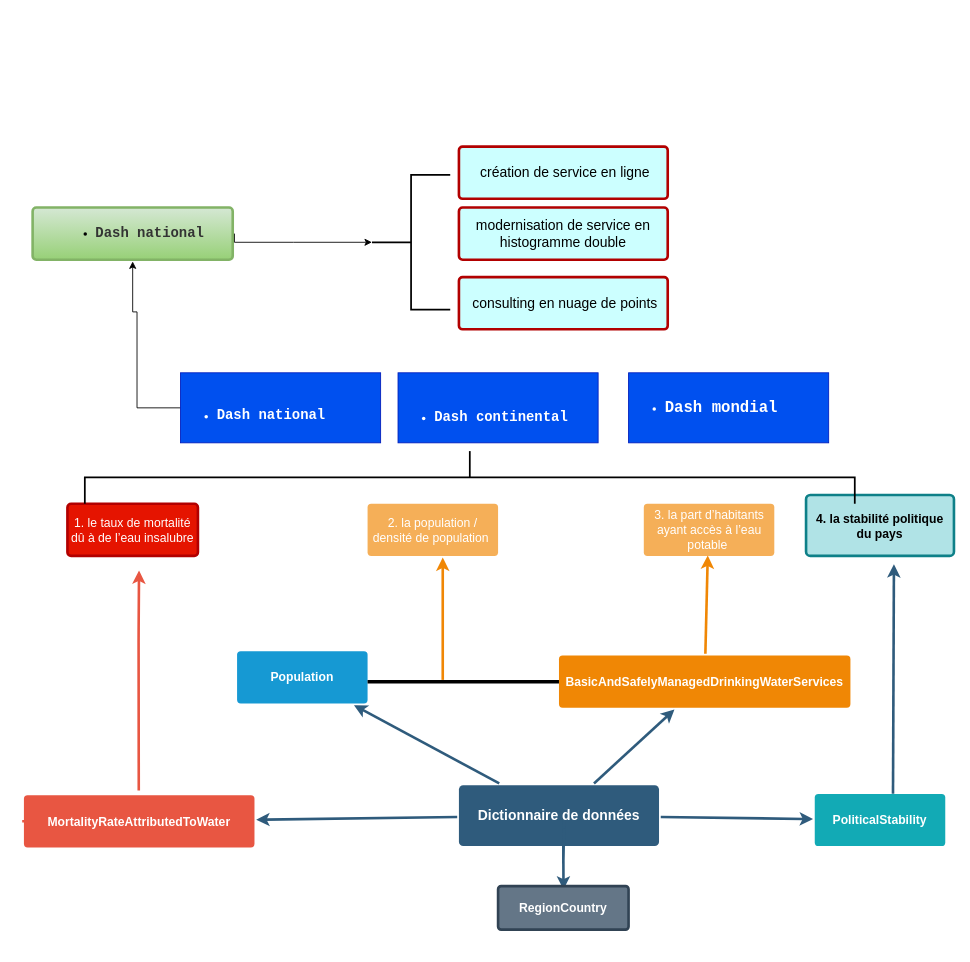
Above: .github/workflows/Untitled Diagram.drawio in louzhixin/bootstrap (draw.io), before the change. Source tidied: cells renumbered, new cells numbered last; positions are measured from the earlier drawing's top-left corner, leaving out a move shared by most shapes. Both pictures are drawn from the tidied source at 87%, with x=0, y=0 at pixel (23, 146).
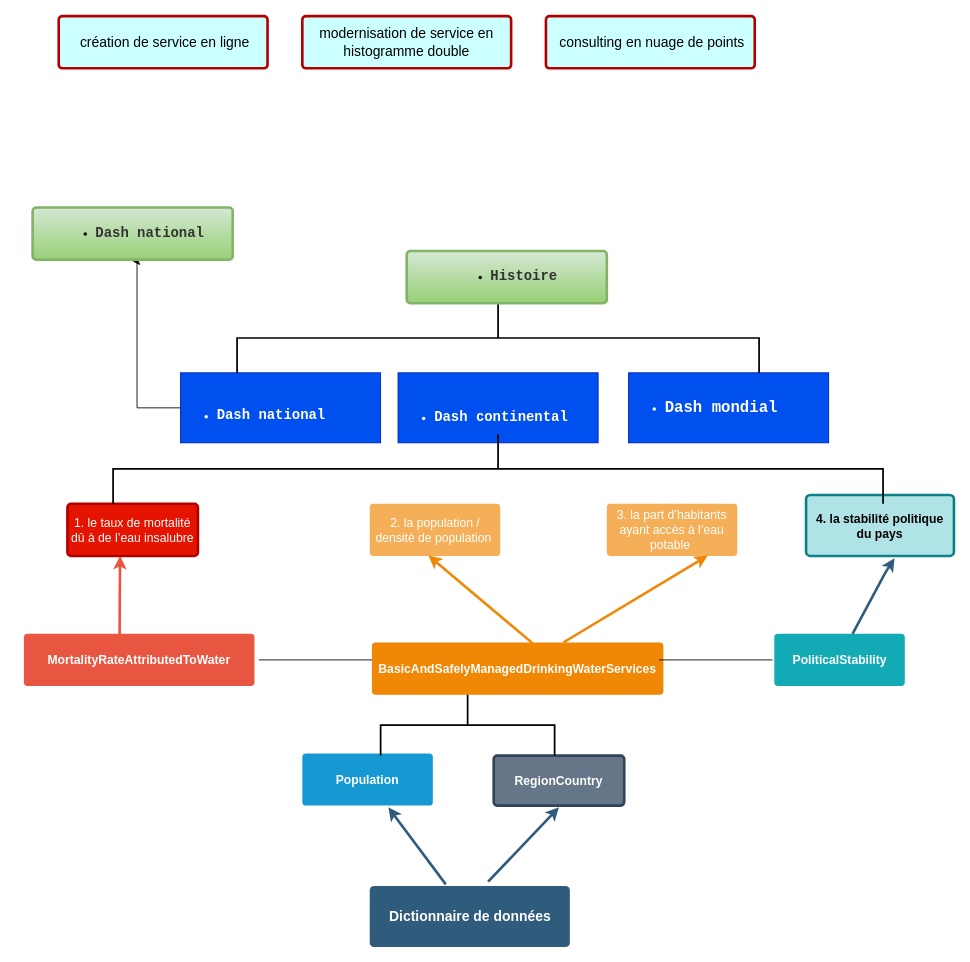
Above is the later version.

The change refers to these unchanged cells:
```xml
<mxCell id="21" value="4. la stabilité politique du pays" style="rounded=1;whiteSpace=wrap;html=1;shadow=0;labelBackgroundColor=none;strokeColor=#0e8088;strokeWidth=3;fillColor=#b0e3e6;fontFamily=Helvetica;fontSize=14;align=center;spacing=5;fontStyle=1;arcSize=7;perimeterSpacing=2;" parent="1" vertex="1">
  <mxGeometry x="899" y="400.5" width="170" height="70" as="geometry" />
</mxCell>
<mxCell id="23" value="&lt;div&gt;&lt;font face=&quot;courier new&quot; size=&quot;3&quot;&gt;&lt;b&gt;&lt;br&gt;&lt;/b&gt;&lt;/font&gt;&lt;/div&gt;&lt;ul&gt;&lt;li&gt;&lt;span id=&quot;docs-internal-guid-a96f0c7e-7fff-f5a6-9407-e30a12a7a160&quot;&gt;&lt;span style=&quot;font-family: &amp;#34;courier new&amp;#34; ; background-color: transparent ; vertical-align: baseline&quot;&gt;&lt;font size=&quot;3&quot;&gt;&lt;b&gt;Dash national&lt;/b&gt;&lt;/font&gt;&lt;/span&gt;&lt;/span&gt;&lt;br&gt;&lt;/li&gt;&lt;/ul&gt;" style="text;strokeColor=#001DBC;fillColor=#0050ef;html=1;whiteSpace=wrap;verticalAlign=middle;overflow=hidden;fontColor=#ffffff;" parent="1" vertex="1">
  <mxGeometry x="180" y="260" width="230" height="80.5" as="geometry" />
</mxCell>
<mxCell id="24" value="&lt;ul style=&quot;font-size: 12px ; text-align: left&quot;&gt;&lt;li&gt;&lt;span id=&quot;docs-internal-guid-a96f0c7e-7fff-f5a6-9407-e30a12a7a160&quot;&gt;&lt;span style=&quot;font-family: &amp;#34;courier new&amp;#34; ; background-color: transparent ; vertical-align: baseline&quot;&gt;&lt;font size=&quot;3&quot; color=&quot;#333333&quot;&gt;&lt;b&gt;Dash national&lt;/b&gt;&lt;/font&gt;&lt;/span&gt;&lt;/span&gt;&lt;/li&gt;&lt;/ul&gt;" style="rounded=1;whiteSpace=wrap;html=1;shadow=0;labelBackgroundColor=none;strokeWidth=3;fillColor=#d5e8d4;fontFamily=Helvetica;fontSize=14;align=center;spacing=5;arcSize=7;perimeterSpacing=2;gradientColor=#97d077;strokeColor=#82b366;" parent="1" vertex="1">
  <mxGeometry x="10" y="70" width="230" height="60" as="geometry" />
</mxCell>
```

What changed in the source:
```diff
@@
-    <mxCell id="2" style="edgeStyle=none;rounded=0;jumpStyle=none;html=1;shadow=0;labelBackgroundColor=none;startArrow=none;startFill=0;endArrow=classic;endFill=1;jettySize=auto;strokeColor=#2F5B7C;strokeWidth=3;fontFamily=Helvetica;fontSize=16;fontColor=#23445D;spacing=5;" parent="1" edge="1" source="6" target="11">
-      <mxGeometry relative="1" as="geometry" />
-    </mxCell>
-    <mxCell id="3" style="edgeStyle=none;rounded=0;jumpStyle=none;html=1;shadow=0;labelBackgroundColor=none;startArrow=none;startFill=0;endArrow=classic;endFill=1;jettySize=auto;strokeColor=#2F5B7C;strokeWidth=3;fontFamily=Helvetica;fontSize=16;fontColor=#23445D;spacing=5;" parent="1" edge="1" source="6" target="14">
-      <mxGeometry relative="1" as="geometry" />
-    </mxCell>
@@
-    <mxCell id="5" style="edgeStyle=none;rounded=0;jumpStyle=none;html=1;shadow=0;labelBackgroundColor=none;startArrow=none;startFill=0;endArrow=classic;endFill=1;jettySize=auto;strokeColor=#2F5B7C;strokeWidth=3;fontFamily=Helvetica;fontSize=16;fontColor=#23445D;spacing=5;" parent="1" edge="1" source="6" target="9">
-      <mxGeometry relative="1" as="geometry" />
-    </mxCell>
     <mxCell id="6" value="Dictionnaire de données" style="rounded=1;whiteSpace=wrap;html=1;shadow=0;labelBackgroundColor=none;strokeColor=none;strokeWidth=3;fillColor=#2F5B7C;fontFamily=Helvetica;fontSize=16;fontColor=#FFFFFF;align=center;fontStyle=1;spacing=5;arcSize=7;perimeterSpacing=2;" parent="1" vertex="1">
-      <mxGeometry x="500" y="734" width="230" height="70" as="geometry" />
+      <mxGeometry x="397.5" y="850" width="230" height="70" as="geometry" />
     </mxCell>
     <mxCell id="7" style="edgeStyle=none;rounded=1;jumpStyle=none;html=1;shadow=0;labelBackgroundColor=none;startArrow=none;startFill=0;jettySize=auto;orthogonalLoop=1;strokeColor=#E85642;strokeWidth=3;fontFamily=Helvetica;fontSize=14;fontColor=#FFFFFF;spacing=5;fontStyle=1;fillColor=#b0e3e6;" parent="1" edge="1">
       <mxGeometry relative="1" as="geometry">
-        <mxPoint x="132" y="740" as="sourcePoint" />
-        <mxPoint x="132.3" y="487.2" as="targetPoint" />
+        <mxPoint x="110" y="570" as="sourcePoint" />
+        <mxPoint x="110.5" y="470.5" as="targetPoint" />
         <Array as="points">
-          <mxPoint x="131.8" y="562.8" />
+          <mxPoint x="110" y="546" />
         </Array>
       </mxGeometry>
     </mxCell>
-    <mxCell id="8" style="edgeStyle=none;rounded=1;jumpStyle=none;html=1;shadow=0;labelBackgroundColor=none;startArrow=none;startFill=0;jettySize=auto;strokeColor=#E85642;strokeWidth=3;fontFamily=Helvetica;fontSize=14;fontColor=#FFFFFF;spacing=5;fontStyle=1;fillColor=#b0e3e6;" parent="1" edge="1" source="9">
-      <mxGeometry relative="1" as="geometry">
-        <mxPoint x="66" y="775.5" as="targetPoint" />
-      </mxGeometry>
-    </mxCell>
     <mxCell id="9" value="MortalityRateAttributedToWater" style="rounded=1;whiteSpace=wrap;html=1;shadow=0;labelBackgroundColor=none;strokeColor=none;strokeWidth=3;fillColor=#e85642;fontFamily=Helvetica;fontSize=14;fontColor=#FFFFFF;align=center;spacing=5;fontStyle=1;arcSize=7;perimeterSpacing=2;" parent="1" vertex="1">
-      <mxGeometry y="745.5" width="265" height="60" as="geometry" />
+      <mxGeometry y="560" width="265" height="60" as="geometry" />
     </mxCell>
     <mxCell id="10" value="Population" style="rounded=1;whiteSpace=wrap;html=1;shadow=0;labelBackgroundColor=none;strokeColor=none;strokeWidth=3;fillColor=#1699d3;fontFamily=Helvetica;fontSize=14;fontColor=#FFFFFF;align=center;spacing=5;fontStyle=1;arcSize=7;perimeterSpacing=2;" parent="1" vertex="1">
-      <mxGeometry x="245" y="580" width="150" height="60" as="geometry" />
+      <mxGeometry x="320" y="697.5" width="150" height="60" as="geometry" />
     </mxCell>
     <mxCell id="11" value="BasicAndSafelyManagedDrinkingWaterServices" style="rounded=1;whiteSpace=wrap;html=1;shadow=0;labelBackgroundColor=none;strokeColor=none;strokeWidth=3;fillColor=#F08705;fontFamily=Helvetica;fontSize=14;fontColor=#FFFFFF;align=center;spacing=5;fontStyle=1;arcSize=7;perimeterSpacing=2;" parent="1" vertex="1">
-      <mxGeometry x="615" y="585" width="335" height="60" as="geometry" />
+      <mxGeometry x="400" y="570" width="335" height="60" as="geometry" />
     </mxCell>
     <mxCell id="12" value="3. la part d’habitants ayant accès à l’eau potable&amp;nbsp;" style="rounded=1;whiteSpace=wrap;html=1;shadow=0;labelBackgroundColor=none;strokeColor=none;strokeWidth=3;fillColor=#f5af58;fontFamily=Helvetica;fontSize=14;fontColor=#FFFFFF;align=center;spacing=5;arcSize=7;perimeterSpacing=2;" parent="1" vertex="1">
-      <mxGeometry x="712.5" y="410.5" width="150" height="60" as="geometry" />
+      <mxGeometry x="670" y="410.5" width="150" height="60" as="geometry" />
     </mxCell>
-    <mxCell id="13" style="edgeStyle=none;rounded=0;jumpStyle=none;html=1;shadow=0;labelBackgroundColor=none;startArrow=none;startFill=0;endArrow=classic;endFill=1;jettySize=auto;strokeColor=#F08705;strokeWidth=3;fontFamily=Helvetica;fontSize=14;fontColor=#FFFFFF;spacing=5;" parent="1" edge="1" source="11">
+    <mxCell id="13" style="edgeStyle=none;rounded=0;jumpStyle=none;html=1;shadow=0;labelBackgroundColor=none;startArrow=none;startFill=0;endArrow=classic;endFill=1;jettySize=auto;orthogonalLoop=1;strokeColor=#F08705;strokeWidth=3;fontFamily=Helvetica;fontSize=14;fontColor=#FFFFFF;spacing=5;" parent="1" edge="1">
       <mxGeometry relative="1" as="geometry">
+        <mxPoint x="620" y="570" as="sourcePoint" />
         <mxPoint x="786" y="470" as="targetPoint" />
       </mxGeometry>
     </mxCell>
     <mxCell id="14" value="PoliticalStability" style="rounded=1;whiteSpace=wrap;html=1;shadow=0;labelBackgroundColor=none;strokeColor=none;strokeWidth=3;fillColor=#12aab5;fontFamily=Helvetica;fontSize=14;fontColor=#FFFFFF;align=center;spacing=5;fontStyle=1;arcSize=7;perimeterSpacing=2;" parent="1" vertex="1">
-      <mxGeometry x="909" y="744" width="150" height="60" as="geometry" />
+      <mxGeometry x="862.5" y="560" width="150" height="60" as="geometry" />
     </mxCell>
-    <mxCell id="15" style="edgeStyle=none;rounded=0;jumpStyle=none;html=1;shadow=0;labelBackgroundColor=none;startArrow=none;startFill=0;endArrow=classic;endFill=1;jettySize=auto;orthogonalLoop=1;strokeColor=#2F5B7C;strokeWidth=3;fontFamily=Helvetica;fontSize=16;fontColor=#23445D;spacing=5;" parent="1" edge="1">
-      <mxGeometry relative="1" as="geometry">
-        <mxPoint x="620" y="784" as="sourcePoint" />
-        <mxPoint x="620.2" y="854" as="targetPoint" />
-        <Array as="points">
-          <mxPoint x="621" y="774" />
-          <mxPoint x="620" y="824" />
-          <mxPoint x="620" y="804" />
-        </Array>
-      </mxGeometry>
-    </mxCell>
@@
     <mxCell id="17" value="2. la population / densité de population&amp;nbsp;" style="rounded=1;whiteSpace=wrap;html=1;shadow=0;labelBackgroundColor=none;strokeColor=none;strokeWidth=3;fillColor=#f5af58;fontFamily=Helvetica;fontSize=14;fontColor=#FFFFFF;align=center;spacing=5;arcSize=7;perimeterSpacing=2;" parent="1" vertex="1">
-      <mxGeometry x="395" y="410.5" width="150" height="60" as="geometry" />
+      <mxGeometry x="397.5" y="410.5" width="150" height="60" as="geometry" />
     </mxCell>
-    <mxCell id="18" style="line;strokeWidth=4;html=1;perimeter=backbonePerimeter;points=[];outlineConnect=0;" parent="1" vertex="1">
-      <mxGeometry x="395" y="610" width="220" height="10" as="geometry" />
-    </mxCell>
-    <mxCell id="19" style="edgeStyle=none;rounded=0;jumpStyle=none;html=1;shadow=0;labelBackgroundColor=none;startArrow=none;startFill=0;endArrow=classic;endFill=1;jettySize=auto;strokeColor=#F08705;strokeWidth=3;fontFamily=Helvetica;fontSize=14;fontColor=#FFFFFF;spacing=5;entryX=0.574;entryY=0.997;entryDx=0;entryDy=0;entryPerimeter=0;" parent="1" edge="1" source="18" target="17">
-      <mxGeometry relative="1" as="geometry" />
-    </mxCell>
-    <mxCell id="20" style="edgeStyle=none;rounded=0;jumpStyle=none;html=1;shadow=0;labelBackgroundColor=none;startArrow=none;startFill=0;endArrow=classic;endFill=1;jettySize=auto;strokeColor=#2F5B7C;strokeWidth=3;fontFamily=Helvetica;fontSize=16;fontColor=#23445D;spacing=5;exitX=0.597;exitY=0.031;exitDx=0;exitDy=0;exitPerimeter=0;" parent="1" edge="1" source="14">
+    <mxCell id="20" style="edgeStyle=none;rounded=0;jumpStyle=none;html=1;shadow=0;labelBackgroundColor=none;startArrow=none;startFill=0;endArrow=classic;endFill=1;jettySize=auto;strokeColor=#2F5B7C;strokeWidth=3;fontFamily=Helvetica;fontSize=16;fontColor=#23445D;spacing=5;exitX=0.597;exitY=0.031;exitDx=0;exitDy=0;exitPerimeter=0;entryX=0.596;entryY=1.007;entryDx=0;entryDy=0;entryPerimeter=0;" parent="1" edge="1" source="14" target="21">
       <mxGeometry relative="1" as="geometry">
-        <mxPoint x="1000" y="480" as="targetPoint" />
+        <Array as="points">
+          <mxPoint x="990" y="490" />
+        </Array>
       </mxGeometry>
     </mxCell>
@@
     <mxCell id="22" style="edgeStyle=orthogonalEdgeStyle;rounded=0;jettySize=auto;html=1;fontSize=18;entryX=0.5;entryY=1;entryDx=0;entryDy=0;" parent="1" edge="1" source="23" target="24">
       <mxGeometry relative="1" as="geometry">
         <Array as="points">
           <mxPoint x="130" y="300" />
-          <mxPoint x="130" y="190" />
-          <mxPoint x="125" y="190" />
+          <mxPoint x="130" y="132" />
         </Array>
       </mxGeometry>
     </mxCell>
@@
-    <mxCell id="25" style="edgeStyle=orthogonalEdgeStyle;rounded=0;jettySize=auto;html=1;fontSize=18;fontColor=#B5739D;exitX=1;exitY=0.5;exitDx=0;exitDy=0;" parent="1" edge="1" source="24">
-      <mxGeometry relative="1" as="geometry">
-        <mxPoint x="400" y="110" as="targetPoint" />
-        <Array as="points">
-          <mxPoint x="310" y="110" />
-          <mxPoint x="310" y="110" />
-        </Array>
-      </mxGeometry>
-    </mxCell>
     <mxCell id="26" value="&lt;span id=&quot;docs-internal-guid-3d5bd82d-7fff-8852-7b63-7e09260d47e0&quot;&gt;&lt;span style=&quot;font-size: 12pt ; font-family: &amp;#34;arial&amp;#34; ; color: rgb(0 , 0 , 0) ; background-color: transparent ; vertical-align: baseline&quot;&gt;&amp;nbsp;création de service en ligne&lt;/span&gt;&lt;/span&gt;" style="rounded=1;whiteSpace=wrap;html=1;shadow=0;labelBackgroundColor=none;strokeColor=#B20000;strokeWidth=3;fillColor=#CCFFFF;fontFamily=Helvetica;fontSize=14;fontColor=#ffffff;align=center;spacing=5;arcSize=7;perimeterSpacing=2;" parent="1" vertex="1">
-      <mxGeometry x="500" width="240" height="60" as="geometry" />
+      <mxGeometry x="40" y="-150" width="240" height="60" as="geometry" />
     </mxCell>
     <mxCell id="27" value="&lt;span id=&quot;docs-internal-guid-020c9f74-7fff-d90f-9446-faf1272e4d8f&quot;&gt;&lt;span style=&quot;font-size: 12pt ; font-family: &amp;#34;arial&amp;#34; ; color: rgb(0 , 0 , 0) ; background-color: transparent ; vertical-align: baseline&quot;&gt;modernisation de service en histogramme double&lt;/span&gt;&lt;/span&gt;" style="rounded=1;whiteSpace=wrap;html=1;shadow=0;labelBackgroundColor=none;strokeColor=#B20000;strokeWidth=3;fillColor=#CCFFFF;fontFamily=Helvetica;fontSize=14;fontColor=#ffffff;align=center;spacing=5;arcSize=7;perimeterSpacing=2;" parent="1" vertex="1">
-      <mxGeometry x="500" y="70" width="240" height="60" as="geometry" />
+      <mxGeometry x="320" y="-150" width="240" height="60" as="geometry" />
     </mxCell>
     <mxCell id="28" value="&lt;span id=&quot;docs-internal-guid-cfa36f9d-7fff-1aff-386a-914f43558358&quot;&gt;&lt;span style=&quot;font-size: 12pt ; font-family: &amp;#34;arial&amp;#34; ; color: rgb(0 , 0 , 0) ; background-color: transparent ; vertical-align: baseline&quot;&gt;&amp;nbsp;consulting en nuage de points&lt;/span&gt;&lt;/span&gt;" style="rounded=1;whiteSpace=wrap;html=1;shadow=0;labelBackgroundColor=none;strokeColor=#B20000;strokeWidth=3;fillColor=#CCFFFF;fontFamily=Helvetica;fontSize=14;fontColor=#ffffff;align=center;spacing=5;arcSize=7;perimeterSpacing=2;" parent="1" vertex="1">
-      <mxGeometry x="500" y="150" width="240" height="60" as="geometry" />
+      <mxGeometry x="600" y="-150" width="240" height="60" as="geometry" />
     </mxCell>
-    <mxCell id="29" style="strokeWidth=2;html=1;shape=mxgraph.flowchart.annotation_2;align=left;labelPosition=right;fontSize=18;fontColor=#B5739D;fillColor=#CCFFFF;" parent="1" vertex="1">
-      <mxGeometry x="400" y="32.5" width="90" height="155" as="geometry" />
-    </mxCell>
-    <mxCell id="30" style="strokeWidth=2;html=1;shape=mxgraph.flowchart.annotation_2;align=left;labelPosition=right;labelBackgroundColor=#9999FF;fontSize=18;fontColor=#333333;fillColor=#CCFFFF;direction=south;" parent="1" vertex="1">
-      <mxGeometry x="70" y="350" width="885" height="60.5" as="geometry" />
-    </mxCell>
     <mxCell id="31" value="RegionCountry" style="rounded=1;whiteSpace=wrap;html=1;shadow=0;labelBackgroundColor=none;strokeColor=#314354;strokeWidth=3;fillColor=#647687;fontFamily=Helvetica;fontSize=14;fontColor=#ffffff;align=center;spacing=5;fontStyle=1;arcSize=7;perimeterSpacing=2;" parent="1" vertex="1">
-      <mxGeometry x="545" y="850" width="150" height="50" as="geometry" />
+      <mxGeometry x="540" y="700" width="150" height="57.5" as="geometry" />
     </mxCell>
@@
+    <mxCell id="34" style="edgeStyle=none;rounded=0;jumpStyle=none;html=1;shadow=0;labelBackgroundColor=none;startArrow=none;startFill=0;endArrow=classic;endFill=1;jettySize=auto;strokeColor=#2F5B7C;strokeWidth=3;fontFamily=Helvetica;fontSize=16;fontColor=#23445D;spacing=5;exitX=0.59;exitY=-0.041;exitDx=0;exitDy=0;exitPerimeter=0;entryX=0.5;entryY=1;entryDx=0;entryDy=0;" parent="1" edge="1" source="6" target="31">
+      <mxGeometry relative="1" as="geometry" />
+    </mxCell>
+    <mxCell id="30" style="strokeWidth=2;html=1;shape=mxgraph.flowchart.annotation_2;align=left;labelPosition=right;labelBackgroundColor=#9999FF;fontSize=18;fontColor=#333333;fillColor=#CCFFFF;direction=south;" parent="1" vertex="1">
+      <mxGeometry x="102.5" y="330.5" width="885" height="80" as="geometry" />
+    </mxCell>
+    <mxCell id="35" style="strokeWidth=2;html=1;shape=mxgraph.flowchart.annotation_2;align=left;labelPosition=right;labelBackgroundColor=#9999FF;fontSize=18;fontColor=#333333;fillColor=#CCFFFF;direction=south;" parent="1" vertex="1">
+      <mxGeometry x="410" y="630" width="200" height="70" as="geometry" />
+    </mxCell>
+    <mxCell id="36" style="edgeStyle=none;rounded=0;jumpStyle=none;html=1;shadow=0;labelBackgroundColor=none;startArrow=none;startFill=0;endArrow=classic;endFill=1;jettySize=auto;strokeColor=#F08705;strokeWidth=3;fontFamily=Helvetica;fontSize=14;fontColor=#FFFFFF;spacing=5;exitX=0.551;exitY=0.047;exitDx=0;exitDy=0;exitPerimeter=0;" parent="1" edge="1" source="11">
+      <mxGeometry relative="1" as="geometry">
+        <mxPoint x="465" y="470" as="targetPoint" />
+      </mxGeometry>
+    </mxCell>
+    <mxCell id="37" style="endArrow=none;html=1;rounded=0;" parent="1" edge="1">
+      <mxGeometry relative="1" as="geometry">
+        <mxPoint x="270" y="590" as="sourcePoint" />
+        <mxPoint x="400" y="590" as="targetPoint" />
+      </mxGeometry>
+    </mxCell>
+    <mxCell id="38" style="endArrow=none;html=1;rounded=0;entryX=0;entryY=0.5;entryDx=0;entryDy=0;" parent="1" edge="1" target="14">
+      <mxGeometry relative="1" as="geometry">
+        <mxPoint x="730" y="590" as="sourcePoint" />
+        <Array as="points">
+          <mxPoint x="800" y="590" />
+        </Array>
+      </mxGeometry>
+    </mxCell>
+    <mxCell id="39" style="strokeWidth=2;html=1;shape=mxgraph.flowchart.annotation_2;align=left;labelPosition=right;labelBackgroundColor=#9999FF;fontSize=18;fontColor=#333333;fillColor=#CCFFFF;direction=south;" parent="1" vertex="1">
+      <mxGeometry x="245" y="180" width="600" height="80" as="geometry" />
+    </mxCell>
+    <mxCell id="40" value="&lt;ul style=&quot;font-size: 12px ; text-align: left&quot;&gt;&lt;li&gt;&lt;span id=&quot;docs-internal-guid-a96f0c7e-7fff-f5a6-9407-e30a12a7a160&quot;&gt;&lt;span style=&quot;font-family: &amp;#34;courier new&amp;#34; ; background-color: transparent ; vertical-align: baseline&quot;&gt;&lt;font size=&quot;3&quot; color=&quot;#333333&quot;&gt;&lt;b&gt;Histoire&lt;/b&gt;&lt;/font&gt;&lt;/span&gt;&lt;/span&gt;&lt;/li&gt;&lt;/ul&gt;" style="rounded=1;whiteSpace=wrap;html=1;shadow=0;labelBackgroundColor=none;strokeWidth=3;fillColor=#d5e8d4;fontFamily=Helvetica;fontSize=14;align=center;spacing=5;arcSize=7;perimeterSpacing=2;gradientColor=#97d077;strokeColor=#82b366;" parent="1" vertex="1">
+      <mxGeometry x="440" y="120" width="230" height="60" as="geometry" />
+    </mxCell>
```
